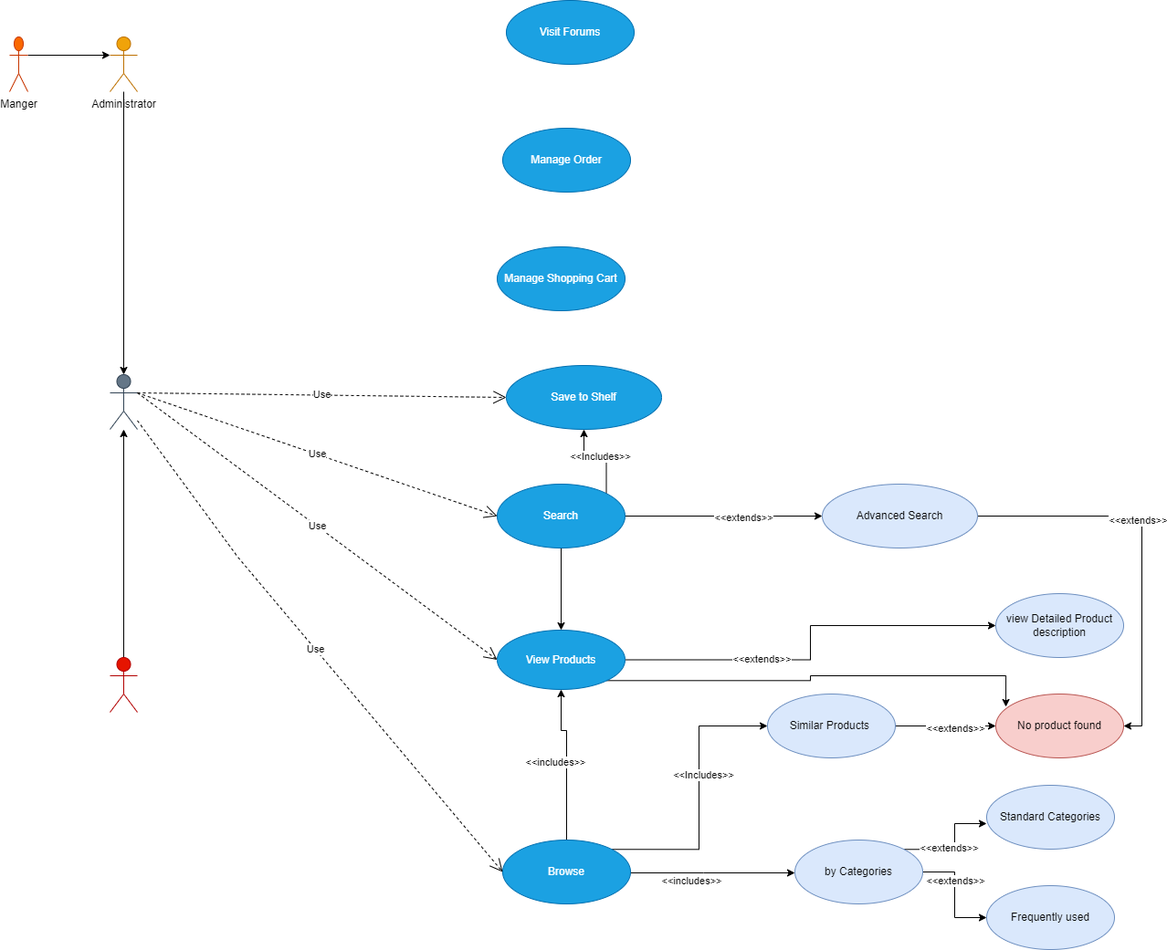
Earlier version of the draw.io export Gift and Stationary shop usecase diagram.drawio.png (Swaraj-Bharti/softwarearchitectcert). Source tidied: cells renumbered, new cells last; positions are measured from the earlier drawing's top-left corner, leaving out a move shared by most shapes.
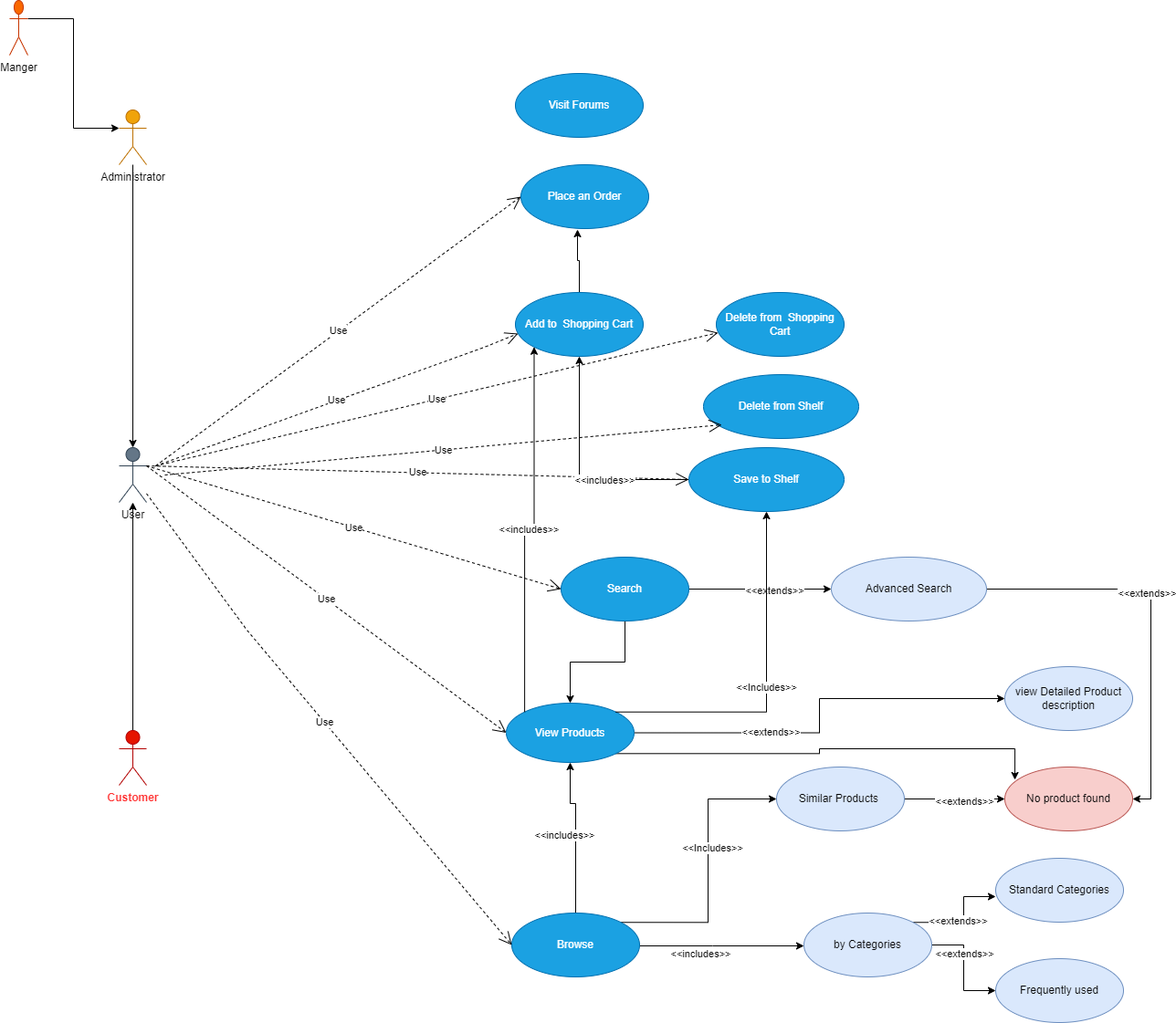
After the change.

The edit, as a diff of the source:
```diff
@@ -2,13 +2,13 @@
   <root>
     <mxCell id="0" />
     <mxCell id="1" parent="0" />
-    <mxCell id="2" value="User&lt;br&gt;" style="shape=umlActor;verticalLabelPosition=bottom;verticalAlign=top;html=1;fillColor=#647687;fontColor=#ffffff;strokeColor=#314354;" parent="1" vertex="1">
+    <mxCell id="2" value="User&lt;br&gt;" style="shape=umlActor;verticalLabelPosition=bottom;verticalAlign=top;html=1;fillColor=#647687;fontColor=#0d0d0d;strokeColor=#314354;" parent="1" vertex="1">
       <mxGeometry x="110" y="410" width="30" height="60" as="geometry" />
     </mxCell>
     <mxCell id="3" style="edgeStyle=orthogonalEdgeStyle;rounded=0;jettySize=auto;html=1;" parent="1" edge="1" source="4" target="2">
       <mxGeometry relative="1" as="geometry" />
     </mxCell>
-    <mxCell id="4" value="Customer&lt;br&gt;" style="shape=umlActor;verticalLabelPosition=bottom;verticalAlign=top;html=1;fillColor=#e51400;fontColor=#ffffff;strokeColor=#B20000;" parent="1" vertex="1">
+    <mxCell id="4" value="&lt;b&gt;&lt;font color=&quot;#ff3333&quot;&gt;Customer&lt;/font&gt;&lt;/b&gt;" style="shape=umlActor;verticalLabelPosition=bottom;verticalAlign=top;html=1;fillColor=#e51400;fontColor=#ffffff;strokeColor=#B20000;fontStyle=0;" parent="1" vertex="1">
       <mxGeometry x="110" y="720" width="30" height="60" as="geometry" />
     </mxCell>
     <mxCell id="5" style="edgeStyle=orthogonalEdgeStyle;rounded=0;jettySize=auto;html=1;entryX=0.5;entryY=0;entryDx=0;entryDy=0;entryPerimeter=0;" parent="1" edge="1" source="6" target="2">
@@ -21,7 +21,7 @@
       <mxGeometry relative="1" as="geometry" />
     </mxCell>
     <mxCell id="8" value="Manger&lt;br&gt;" style="shape=umlActor;verticalLabelPosition=bottom;verticalAlign=top;html=1;fillColor=#fa6800;fontColor=#000000;strokeColor=#C73500;" parent="1" vertex="1">
-      <mxGeometry y="40" width="20" height="60" as="geometry" />
+      <mxGeometry x="-10" y="-80" width="20" height="60" as="geometry" />
     </mxCell>
     <mxCell id="9" style="edgeStyle=orthogonalEdgeStyle;rounded=0;orthogonalLoop=1;jettySize=auto;html=1;exitX=1;exitY=0.5;exitDx=0;exitDy=0;entryX=0;entryY=0.5;entryDx=0;entryDy=0;" parent="1" edge="1">
       <mxGeometry relative="1" as="geometry">
@@ -127,11 +127,14 @@
     <mxCell id="36" style="edgeStyle=orthogonalEdgeStyle;rounded=0;jettySize=auto;html=1;entryX=0.5;entryY=0;entryDx=0;entryDy=0;" parent="1" edge="1" source="38" target="33">
       <mxGeometry relative="1" as="geometry" />
     </mxCell>
-    <mxCell id="37" value="&amp;lt;&amp;lt;Includes&amp;gt;&amp;gt;" style="edgeStyle=orthogonalEdgeStyle;rounded=0;jettySize=auto;html=1;exitX=1;exitY=0;exitDx=0;exitDy=0;entryX=0.5;entryY=1;entryDx=0;entryDy=0;" parent="1" edge="1" source="38" target="47">
+    <mxCell id="37" value="&amp;lt;&amp;lt;Includes&amp;gt;&amp;gt;" style="edgeStyle=orthogonalEdgeStyle;rounded=0;jettySize=auto;html=1;entryX=0.5;entryY=1;entryDx=0;entryDy=0;exitX=1;exitY=0;exitDx=0;exitDy=0;" parent="1" edge="1" source="33" target="47">
       <mxGeometry relative="1" as="geometry" />
     </mxCell>
+    <mxCell id="48" value="&amp;lt;&amp;lt;includes&amp;gt;&amp;gt;" style="edgeStyle=orthogonalEdgeStyle;rounded=0;jettySize=auto;html=1;entryX=0;entryY=1;entryDx=0;entryDy=0;exitX=0;exitY=0;exitDx=0;exitDy=0;" parent="1" edge="1" source="33" target="46">
+      <mxGeometry relative="1" as="geometry" />
+    </mxCell>
     <mxCell id="38" value="Search" style="ellipse;whiteSpace=wrap;html=1;fillColor=#1ba1e2;strokeColor=#006EAF;fontColor=#ffffff;" parent="1" vertex="1">
-      <mxGeometry x="534" y="530" width="140" height="70" as="geometry" />
+      <mxGeometry x="594" y="530" width="140" height="70" as="geometry" />
     </mxCell>
     <mxCell id="39" value="Use" style="endArrow=open;endSize=12;dashed=1;html=1;rounded=0;entryX=0;entryY=0.5;entryDx=0;entryDy=0;" parent="1" edge="1" target="38">
       <mxGeometry relative="1" as="geometry">
@@ -155,14 +158,53 @@
     <mxCell id="44" value="Visit Forums" style="ellipse;whiteSpace=wrap;html=1;fillColor=#1ba1e2;strokeColor=#006EAF;fontColor=#ffffff;" parent="1" vertex="1">
       <mxGeometry x="544" width="140" height="70" as="geometry" />
     </mxCell>
-    <mxCell id="45" value="Manage Order" style="ellipse;whiteSpace=wrap;html=1;fillColor=#1ba1e2;strokeColor=#006EAF;fontColor=#ffffff;" parent="1" vertex="1">
-      <mxGeometry x="540" y="140" width="140" height="70" as="geometry" />
+    <mxCell id="45" value="Place an Order" style="ellipse;whiteSpace=wrap;html=1;fillColor=#1ba1e2;strokeColor=#006EAF;fontColor=#ffffff;" parent="1" vertex="1">
+      <mxGeometry x="550" y="100" width="140" height="70" as="geometry" />
     </mxCell>
+    <mxCell id="49" style="edgeStyle=orthogonalEdgeStyle;rounded=0;jettySize=auto;html=1;exitX=0.5;exitY=0;exitDx=0;exitDy=0;entryX=0.443;entryY=1.014;entryDx=0;entryDy=0;entryPerimeter=0;" parent="1" edge="1" source="46" target="45">
+      <mxGeometry relative="1" as="geometry" />
+    </mxCell>
-    <mxCell id="46" value="Manage Shopping Cart" style="ellipse;whiteSpace=wrap;html=1;fillColor=#1ba1e2;strokeColor=#006EAF;fontColor=#ffffff;" parent="1" vertex="1">
-      <mxGeometry x="534" y="270" width="140" height="70" as="geometry" />
+    <mxCell id="46" value="Add to&amp;nbsp; Shopping Cart" style="ellipse;whiteSpace=wrap;html=1;fillColor=#1ba1e2;strokeColor=#006EAF;fontColor=#ffffff;" parent="1" vertex="1">
+      <mxGeometry x="544" y="240" width="140" height="70" as="geometry" />
     </mxCell>
+    <mxCell id="50" style="edgeStyle=orthogonalEdgeStyle;rounded=0;jettySize=auto;html=1;entryX=0.5;entryY=1;entryDx=0;entryDy=0;" parent="1" edge="1" source="47" target="46">
+      <mxGeometry relative="1" as="geometry" />
+    </mxCell>
+    <mxCell id="51" value="&amp;lt;&amp;lt;includes&amp;gt;&amp;gt;" style="edgeLabel;html=1;align=center;verticalAlign=middle;" parent="50" vertex="1">
+      <mxGeometry x="-0.27" relative="1" as="geometry" />
+    </mxCell>
     <mxCell id="47" value="Save to Shelf" style="ellipse;whiteSpace=wrap;html=1;fillColor=#1ba1e2;strokeColor=#006EAF;fontColor=#ffffff;" parent="1" vertex="1">
-      <mxGeometry x="544" y="400" width="170" height="70" as="geometry" />
+      <mxGeometry x="734" y="410" width="170" height="70" as="geometry" />
     </mxCell>
+    <mxCell id="52" value="Delete from Shelf" style="ellipse;whiteSpace=wrap;html=1;fillColor=#1ba1e2;strokeColor=#006EAF;fontColor=#ffffff;" parent="1" vertex="1">
+      <mxGeometry x="750" y="330" width="170" height="70" as="geometry" />
+    </mxCell>
+    <mxCell id="53" value="Use" style="endArrow=open;endSize=12;dashed=1;html=1;rounded=0;entryX=0.021;entryY=0.643;entryDx=0;entryDy=0;entryPerimeter=0;" parent="1" edge="1" target="46">
+      <mxGeometry relative="1" as="geometry">
+        <mxPoint x="150" y="430" as="sourcePoint" />
+        <Array as="points">
+          <mxPoint x="510" y="300" />
+        </Array>
+      </mxGeometry>
+    </mxCell>
+    <mxCell id="54" value="Use" style="endArrow=open;endSize=12;dashed=1;html=1;rounded=0;entryX=0.014;entryY=0.629;entryDx=0;entryDy=0;entryPerimeter=0;" parent="1" edge="1" target="55">
+      <mxGeometry relative="1" as="geometry">
+        <mxPoint x="150" y="430" as="sourcePoint" />
+      </mxGeometry>
+    </mxCell>
+    <mxCell id="55" value="Delete from&amp;nbsp; Shopping Cart" style="ellipse;whiteSpace=wrap;html=1;fillColor=#1ba1e2;strokeColor=#006EAF;fontColor=#ffffff;" parent="1" vertex="1">
+      <mxGeometry x="764" y="240" width="140" height="70" as="geometry" />
+    </mxCell>
+    <mxCell id="56" value="Use" style="endArrow=open;endSize=12;dashed=1;html=1;rounded=0;entryX=0;entryY=0.5;entryDx=0;entryDy=0;" parent="1" edge="1">
+      <mxGeometry relative="1" as="geometry">
+        <mxPoint x="160" y="440" as="sourcePoint" />
+        <mxPoint x="770" y="385" as="targetPoint" />
+      </mxGeometry>
+    </mxCell>
+    <mxCell id="57" value="Use" style="endArrow=open;endSize=12;dashed=1;html=1;rounded=0;entryX=0;entryY=0.5;entryDx=0;entryDy=0;" parent="1" edge="1" target="45">
+      <mxGeometry relative="1" as="geometry">
+        <mxPoint x="150" y="430" as="sourcePoint" />
+      </mxGeometry>
+    </mxCell>
   </root>
 </mxGraphModel>
```
